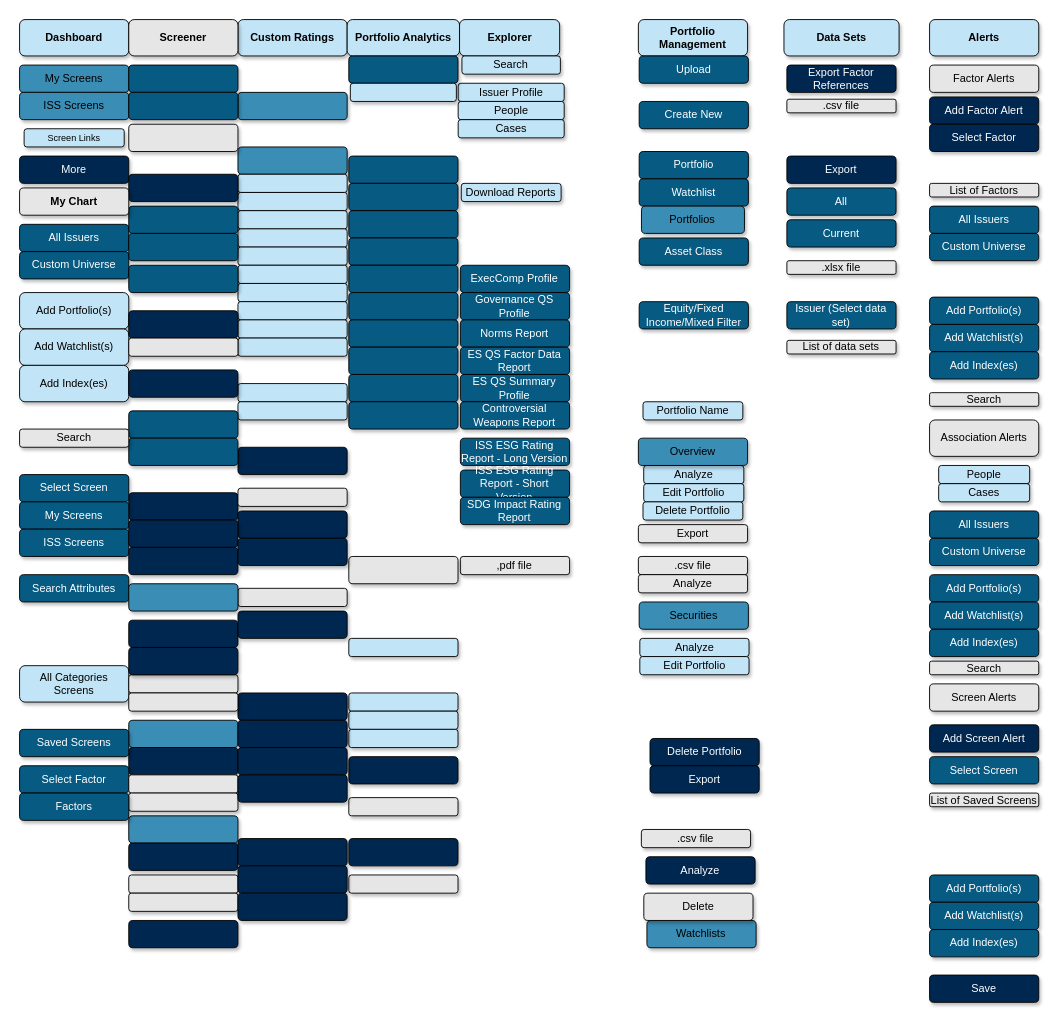
Above: DD_ObsoleteMetadata/DataDeskSitemap.drawio in slingshotdancu/slingshotdancu.github.io (draw.io), before the change. Source tidied: cells renumbered, new cells numbered last; positions are measured from the earlier drawing's top-left corner, leaving out a move shared by most shapes. Both pictures are drawn from the tidied source at 91%, with x=0, y=0 at pixel (19, 19).
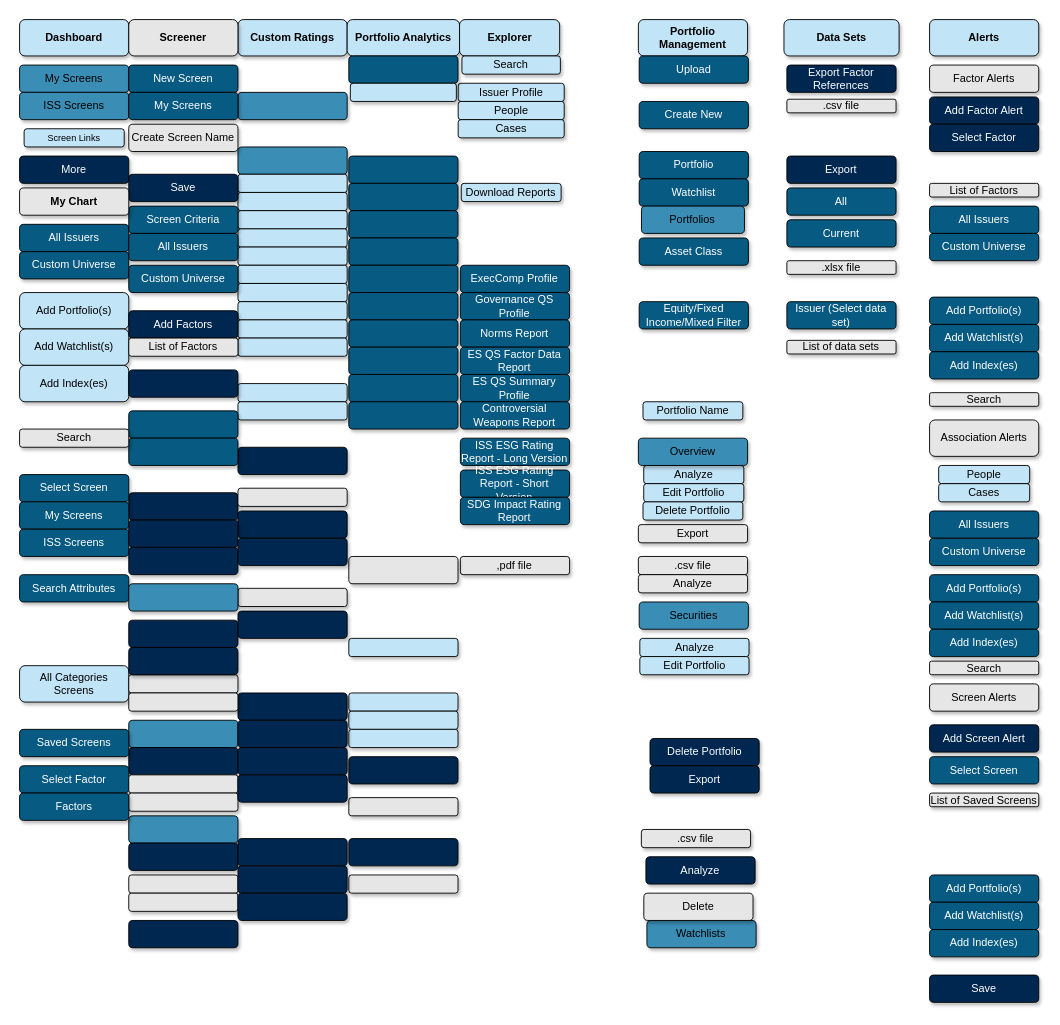
After the change.

What changed in the source:
```diff
@@
-    <mxCell id="45" style="rounded=1;whiteSpace=wrap;html=1;shadow=1;fillColor=#00274f;fontColor=#FFFFFF;" parent="1" vertex="1">
+    <mxCell id="45" value="Add Factors" style="rounded=1;whiteSpace=wrap;html=1;shadow=1;fillColor=#00274f;fontColor=#FFFFFF;" parent="1" vertex="1">
       <mxGeometry x="120" y="320" width="120" height="30" as="geometry" />
     </mxCell>
-    <mxCell id="46" style="rounded=1;whiteSpace=wrap;html=1;shadow=1;fillColor=#00274f;fontColor=#FFFFFF;" parent="1" vertex="1">
+    <mxCell id="46" value="Save" style="rounded=1;whiteSpace=wrap;html=1;shadow=1;fillColor=#00274f;fontColor=#FFFFFF;" parent="1" vertex="1">
       <mxGeometry x="120" y="170" width="120" height="30" as="geometry" />
     </mxCell>
@@
-    <mxCell id="61" style="rounded=1;whiteSpace=wrap;html=1;shadow=1;fillColor=#075a82;fontColor=#FFFFFF;" parent="1" vertex="1">
+    <mxCell id="61" value="Custom Universe" style="rounded=1;whiteSpace=wrap;html=1;shadow=1;fillColor=#075a82;fontColor=#FFFFFF;" parent="1" vertex="1">
       <mxGeometry x="120" y="270" width="120" height="30" as="geometry" />
     </mxCell>
-    <mxCell id="62" style="rounded=1;whiteSpace=wrap;html=1;shadow=1;fillColor=#075a82;fontColor=#FFFFFF;" parent="1" vertex="1">
+    <mxCell id="62" value="Screen Criteria" style="rounded=1;whiteSpace=wrap;html=1;shadow=1;fillColor=#075a82;fontColor=#FFFFFF;" parent="1" vertex="1">
       <mxGeometry x="120" y="205" width="120" height="30" as="geometry" />
     </mxCell>
@@
-    <mxCell id="65" style="rounded=1;whiteSpace=wrap;html=1;shadow=1;fillColor=#075a82;fontColor=#FFFFFF;" parent="1" vertex="1">
+    <mxCell id="65" value="New Screen" style="rounded=1;whiteSpace=wrap;html=1;shadow=1;fillColor=#075a82;fontColor=#FFFFFF;" parent="1" vertex="1">
       <mxGeometry x="120" y="50" width="120" height="30" as="geometry" />
     </mxCell>
@@
-    <mxCell id="78" style="rounded=1;whiteSpace=wrap;html=1;shadow=1;fillColor=#E6E6E6;" parent="1" vertex="1">
+    <mxCell id="78" value="Create Screen Name" style="rounded=1;whiteSpace=wrap;html=1;shadow=1;fillColor=#E6E6E6;" parent="1" vertex="1">
       <mxGeometry x="120" y="115" width="120" height="30" as="geometry" />
     </mxCell>
-    <mxCell id="79" style="rounded=1;whiteSpace=wrap;html=1;shadow=1;fillColor=#E6E6E6;" parent="1" vertex="1">
+    <mxCell id="79" value="List of Factors" style="rounded=1;whiteSpace=wrap;html=1;shadow=1;fillColor=#E6E6E6;" parent="1" vertex="1">
       <mxGeometry x="120" y="350" width="120" height="20" as="geometry" />
     </mxCell>
@@
-    <mxCell id="84" style="rounded=1;whiteSpace=wrap;html=1;shadow=1;fillColor=#075a82;fontColor=#FFFFFF;" parent="1" vertex="1">
+    <mxCell id="84" value="My Screens" style="rounded=1;whiteSpace=wrap;html=1;shadow=1;fillColor=#075a82;fontColor=#FFFFFF;" parent="1" vertex="1">
       <mxGeometry x="120" y="80" width="120" height="30" as="geometry" />
     </mxCell>
-    <mxCell id="85" style="rounded=1;whiteSpace=wrap;html=1;shadow=1;fillColor=#075a82;fontColor=#FFFFFF;" parent="1" vertex="1">
+    <mxCell id="85" value="All Issuers" style="rounded=1;whiteSpace=wrap;html=1;shadow=1;fillColor=#075a82;fontColor=#FFFFFF;" parent="1" vertex="1">
       <mxGeometry x="120" y="235" width="120" height="30" as="geometry" />
     </mxCell>
```
